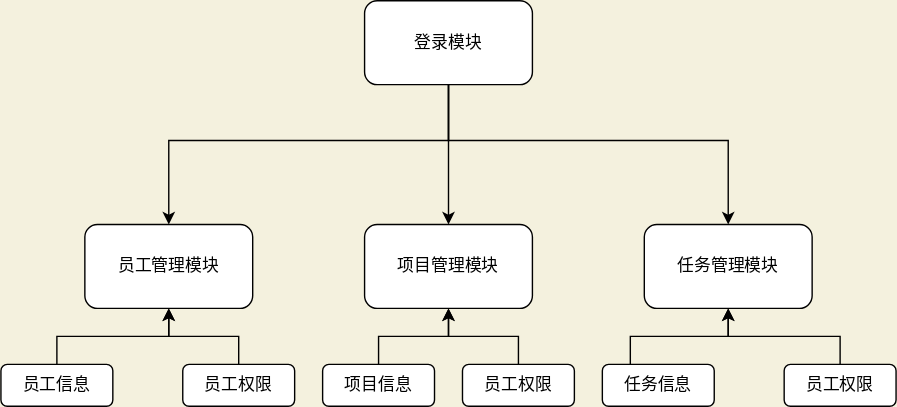
Earlier version of the draw.io export web/src/main/resources/static/draw/uml.svg (luck-nine/projectManagement). Source tidied: cells renumbered, new cells last; positions are measured from the earlier drawing's top-left corner, leaving out a move shared by most shapes.
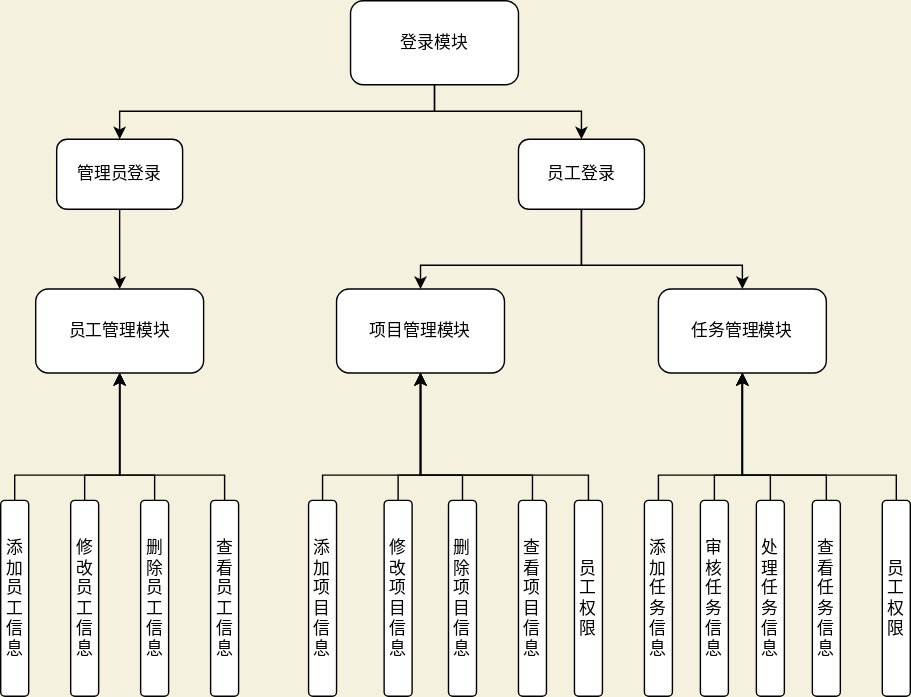
After the change.

Commit message:
fix: 更新系统架构图与ER图

What changed in the source:
```diff
@@ -3,101 +3,211 @@
     <mxCell id="0" />
     <mxCell id="1" parent="0" />
     <mxCell id="2" value="&lt;font color=&quot;#000000&quot;&gt;登录模块&lt;/font&gt;" style="rounded=1;whiteSpace=wrap;html=1;strokeColor=#000000;fillColor=#FFFFFF;" parent="1" vertex="1">
-      <mxGeometry x="260" width="120" height="60" as="geometry" />
+      <mxGeometry x="310" y="-69" width="120" height="60" as="geometry" />
     </mxCell>
-    <mxCell id="3" style="endArrow=classic;html=1;rounded=0;strokeColor=#000000;fontColor=#000000;entryX=0.5;entryY=0;entryDx=0;entryDy=0;exitX=0.5;exitY=1;exitDx=0;exitDy=0;" parent="1" edge="1" source="2" target="4">
-      <mxGeometry relative="1" as="geometry">
-        <Array as="points">
-          <mxPoint x="320" y="100" />
-          <mxPoint x="120" y="100" />
-        </Array>
-      </mxGeometry>
-    </mxCell>
     <mxCell id="4" value="&lt;font color=&quot;#000000&quot;&gt;员工管理模块&lt;/font&gt;" style="rounded=1;whiteSpace=wrap;html=1;strokeColor=#000000;fillColor=#FFFFFF;" parent="1" vertex="1">
-      <mxGeometry x="60" y="160" width="120" height="60" as="geometry" />
+      <mxGeometry x="85" y="137" width="120" height="60" as="geometry" />
     </mxCell>
     <mxCell id="5" value="&lt;font color=&quot;#000000&quot;&gt;任务管理模块&lt;/font&gt;" style="rounded=1;whiteSpace=wrap;html=1;strokeColor=#000000;fillColor=#FFFFFF;" parent="1" vertex="1">
-      <mxGeometry x="460" y="160" width="120" height="60" as="geometry" />
+      <mxGeometry x="530" y="137" width="120" height="60" as="geometry" />
     </mxCell>
-    <mxCell id="6" style="endArrow=classic;html=1;rounded=0;strokeColor=#000000;fontColor=#000000;entryX=0.5;entryY=0;entryDx=0;entryDy=0;exitX=0.5;exitY=1;exitDx=0;exitDy=0;" parent="1" edge="1" source="2" target="5">
-      <mxGeometry relative="1" as="geometry">
-        <Array as="points">
-          <mxPoint x="320" y="100" />
-          <mxPoint x="520" y="100" />
-        </Array>
-      </mxGeometry>
-    </mxCell>
     <mxCell id="7" value="&lt;font color=&quot;#000000&quot;&gt;项目管理模块&lt;/font&gt;" style="rounded=1;whiteSpace=wrap;html=1;strokeColor=#000000;fillColor=#FFFFFF;" parent="1" vertex="1">
-      <mxGeometry x="260" y="160" width="120" height="60" as="geometry" />
+      <mxGeometry x="300" y="137" width="120" height="60" as="geometry" />
     </mxCell>
-    <mxCell id="8" style="endArrow=classic;html=1;rounded=0;strokeColor=#000000;fontColor=#000000;exitX=0.5;exitY=1;exitDx=0;exitDy=0;entryX=0.5;entryY=0;entryDx=0;entryDy=0;" parent="1" edge="1" source="2" target="7">
-      <mxGeometry relative="1" as="geometry" />
-    </mxCell>
-    <mxCell id="9" value="&lt;font color=&quot;#000000&quot;&gt;员工信息&lt;/font&gt;" style="rounded=1;whiteSpace=wrap;html=1;strokeColor=#000000;fillColor=#FFFFFF;" parent="1" vertex="1">
-      <mxGeometry y="260" width="80" height="30" as="geometry" />
+    <mxCell id="9" value="&lt;font color=&quot;#000000&quot;&gt;添加员工信息&lt;/font&gt;" style="rounded=1;whiteSpace=wrap;html=1;strokeColor=#000000;fillColor=#FFFFFF;" parent="1" vertex="1">
+      <mxGeometry x="60" y="288" width="20" height="140" as="geometry" />
     </mxCell>
-    <mxCell id="10" style="endArrow=classic;html=1;rounded=0;strokeColor=#000000;fontColor=#000000;entryX=0.5;entryY=1;entryDx=0;entryDy=0;exitX=0.5;exitY=0;exitDx=0;exitDy=0;" parent="1" edge="1" source="16" target="4">
-      <mxGeometry relative="1" as="geometry">
-        <Array as="points">
-          <mxPoint x="170" y="240" />
-          <mxPoint x="120" y="240" />
-        </Array>
-      </mxGeometry>
-    </mxCell>
+    <mxCell id="21" value="&lt;font color=&quot;#000000&quot;&gt;管理员登录&lt;/font&gt;" style="rounded=1;whiteSpace=wrap;html=1;strokeColor=#000000;fillColor=#FFFFFF;" parent="1" vertex="1">
+      <mxGeometry x="100" y="30" width="90" height="50" as="geometry" />
+    </mxCell>
+    <mxCell id="22" value="&lt;font color=&quot;#000000&quot;&gt;员工登录&lt;/font&gt;" style="rounded=1;whiteSpace=wrap;html=1;strokeColor=#000000;fillColor=#FFFFFF;" parent="1" vertex="1">
+      <mxGeometry x="430" y="30" width="90" height="50" as="geometry" />
+    </mxCell>
+    <mxCell id="23" style="endArrow=classic;html=1;rounded=0;strokeColor=#000000;exitX=0.5;exitY=1;exitDx=0;exitDy=0;entryX=0.5;entryY=0;entryDx=0;entryDy=0;" parent="1" edge="1" source="2" target="21">
+      <mxGeometry relative="1" as="geometry">
+        <Array as="points">
+          <mxPoint x="370" y="10" />
+          <mxPoint x="145" y="10" />
+        </Array>
+      </mxGeometry>
+    </mxCell>
+    <mxCell id="24" style="endArrow=classic;html=1;rounded=0;strokeColor=#000000;exitX=0.5;exitY=1;exitDx=0;exitDy=0;entryX=0.5;entryY=0;entryDx=0;entryDy=0;" parent="1" edge="1" source="2" target="22">
+      <mxGeometry relative="1" as="geometry">
+        <Array as="points">
+          <mxPoint x="370" y="10" />
+          <mxPoint x="475" y="10" />
+        </Array>
+      </mxGeometry>
+    </mxCell>
+    <mxCell id="25" style="endArrow=classic;html=1;rounded=0;strokeColor=#000000;exitX=0.5;exitY=1;exitDx=0;exitDy=0;entryX=0.5;entryY=0;entryDx=0;entryDy=0;" parent="1" edge="1" source="22" target="7">
+      <mxGeometry relative="1" as="geometry">
+        <Array as="points">
+          <mxPoint x="475" y="120" />
+          <mxPoint x="360" y="120" />
+        </Array>
+      </mxGeometry>
+    </mxCell>
+    <mxCell id="26" style="endArrow=classic;html=1;rounded=0;strokeColor=#000000;exitX=0.5;exitY=1;exitDx=0;exitDy=0;entryX=0.5;entryY=0;entryDx=0;entryDy=0;" parent="1" edge="1" source="22" target="5">
+      <mxGeometry relative="1" as="geometry">
+        <Array as="points">
+          <mxPoint x="475" y="120" />
+          <mxPoint x="590" y="120" />
+        </Array>
+      </mxGeometry>
+    </mxCell>
+    <mxCell id="27" style="endArrow=classic;html=1;rounded=0;strokeColor=#000000;exitX=0.5;exitY=1;exitDx=0;exitDy=0;entryX=0.5;entryY=0;entryDx=0;entryDy=0;" parent="1" edge="1" source="21" target="4">
+      <mxGeometry relative="1" as="geometry" />
+    </mxCell>
+    <mxCell id="28" style="endArrow=classic;html=1;rounded=0;strokeColor=#000000;entryX=0.5;entryY=1;entryDx=0;entryDy=0;exitX=0.5;exitY=0;exitDx=0;exitDy=0;" parent="1" edge="1" source="37" target="7">
+      <mxGeometry relative="1" as="geometry">
+        <Array as="points">
+          <mxPoint x="390" y="270" />
+          <mxPoint x="360" y="270" />
+        </Array>
+      </mxGeometry>
+    </mxCell>
+    <mxCell id="29" style="endArrow=classic;html=1;rounded=0;strokeColor=#000000;exitX=0.5;exitY=0;exitDx=0;exitDy=0;entryX=0.5;entryY=1;entryDx=0;entryDy=0;" parent="1" edge="1" source="36" target="7">
+      <mxGeometry relative="1" as="geometry">
+        <Array as="points">
+          <mxPoint x="344" y="270" />
+          <mxPoint x="360" y="270" />
+        </Array>
+      </mxGeometry>
+    </mxCell>
+    <mxCell id="30" style="endArrow=classic;html=1;rounded=0;strokeColor=#000000;exitX=0.5;exitY=0;exitDx=0;exitDy=0;entryX=0.5;entryY=1;entryDx=0;entryDy=0;" parent="1" edge="1" source="35" target="7">
+      <mxGeometry relative="1" as="geometry">
+        <Array as="points">
+          <mxPoint x="290" y="270" />
+          <mxPoint x="360" y="270" />
+        </Array>
+      </mxGeometry>
+    </mxCell>
-    <mxCell id="11" style="endArrow=classic;html=1;rounded=0;strokeColor=#000000;fontColor=#000000;entryX=0.5;entryY=1;entryDx=0;entryDy=0;exitX=0.5;exitY=0;exitDx=0;exitDy=0;" parent="1" edge="1" source="9" target="4">
+    <mxCell id="11" style="endArrow=classic;html=1;rounded=0;strokeColor=#000000;exitX=0.5;exitY=0;exitDx=0;exitDy=0;entryX=0.5;entryY=1;entryDx=0;entryDy=0;" parent="1" edge="1" source="9" target="4">
       <mxGeometry relative="1" as="geometry">
         <Array as="points">
-          <mxPoint x="40" y="240" />
-          <mxPoint x="120" y="240" />
+          <mxPoint x="70" y="270" />
+          <mxPoint x="145" y="270" />
         </Array>
       </mxGeometry>
     </mxCell>
-    <mxCell id="12" style="endArrow=classic;html=1;rounded=0;strokeColor=#000000;fontColor=#000000;exitX=0.5;exitY=0;exitDx=0;exitDy=0;entryX=0.5;entryY=1;entryDx=0;entryDy=0;" parent="1" edge="1" source="18" target="7">
-      <mxGeometry relative="1" as="geometry">
-        <Array as="points">
-          <mxPoint x="370" y="240" />
-          <mxPoint x="320" y="240" />
-        </Array>
-      </mxGeometry>
-    </mxCell>
-    <mxCell id="13" style="endArrow=classic;html=1;rounded=0;strokeColor=#000000;fontColor=#000000;entryX=0.5;entryY=1;entryDx=0;entryDy=0;exitX=0.5;exitY=0;exitDx=0;exitDy=0;" parent="1" edge="1" source="17" target="7">
-      <mxGeometry relative="1" as="geometry">
-        <Array as="points">
-          <mxPoint x="270" y="240" />
-          <mxPoint x="320" y="240" />
-        </Array>
-      </mxGeometry>
-    </mxCell>
-    <mxCell id="14" style="endArrow=classic;html=1;rounded=0;strokeColor=#000000;fontColor=#000000;entryX=0.5;entryY=1;entryDx=0;entryDy=0;exitX=0.25;exitY=0;exitDx=0;exitDy=0;" parent="1" edge="1" source="19" target="5">
-      <mxGeometry relative="1" as="geometry">
-        <Array as="points">
-          <mxPoint x="450" y="240" />
-          <mxPoint x="520" y="240" />
-        </Array>
-      </mxGeometry>
-    </mxCell>
-    <mxCell id="15" style="endArrow=classic;html=1;rounded=0;strokeColor=#000000;fontColor=#000000;entryX=0.5;entryY=1;entryDx=0;entryDy=0;exitX=0.5;exitY=0;exitDx=0;exitDy=0;" parent="1" edge="1" source="20" target="5">
-      <mxGeometry relative="1" as="geometry">
-        <Array as="points">
-          <mxPoint x="600" y="240" />
-          <mxPoint x="520" y="240" />
-        </Array>
-      </mxGeometry>
-    </mxCell>
-    <mxCell id="16" value="&lt;font color=&quot;#000000&quot;&gt;员工权限&lt;/font&gt;" style="rounded=1;whiteSpace=wrap;html=1;strokeColor=#000000;fillColor=#FFFFFF;" parent="1" vertex="1">
-      <mxGeometry x="130" y="260" width="80" height="30" as="geometry" />
-    </mxCell>
-    <mxCell id="17" value="&lt;font color=&quot;#000000&quot;&gt;项目信息&lt;/font&gt;" style="rounded=1;whiteSpace=wrap;html=1;strokeColor=#000000;fillColor=#FFFFFF;" parent="1" vertex="1">
-      <mxGeometry x="230" y="260" width="80" height="30" as="geometry" />
-    </mxCell>
-    <mxCell id="18" value="&lt;font color=&quot;#000000&quot;&gt;员工权限&lt;/font&gt;" style="rounded=1;whiteSpace=wrap;html=1;strokeColor=#000000;fillColor=#FFFFFF;" parent="1" vertex="1">
-      <mxGeometry x="330" y="260" width="80" height="30" as="geometry" />
-    </mxCell>
-    <mxCell id="19" value="&lt;font color=&quot;#000000&quot;&gt;任务信息&lt;/font&gt;" style="rounded=1;whiteSpace=wrap;html=1;strokeColor=#000000;fillColor=#FFFFFF;" parent="1" vertex="1">
-      <mxGeometry x="430" y="260" width="80" height="30" as="geometry" />
-    </mxCell>
-    <mxCell id="20" value="&lt;font color=&quot;#000000&quot;&gt;员工权限&lt;/font&gt;" style="rounded=1;whiteSpace=wrap;html=1;strokeColor=#000000;fillColor=#FFFFFF;" parent="1" vertex="1">
-      <mxGeometry x="560" y="260" width="80" height="30" as="geometry" />
-    </mxCell>
+    <mxCell id="31" value="&lt;font color=&quot;#000000&quot;&gt;修改员工信息&lt;/font&gt;" style="rounded=1;whiteSpace=wrap;html=1;strokeColor=#000000;fillColor=#FFFFFF;" parent="1" vertex="1">
+      <mxGeometry x="110" y="288" width="20" height="140" as="geometry" />
+    </mxCell>
+    <mxCell id="32" value="&lt;font color=&quot;#000000&quot;&gt;删除员工信息&lt;/font&gt;" style="rounded=1;whiteSpace=wrap;html=1;strokeColor=#000000;fillColor=#FFFFFF;" parent="1" vertex="1">
+      <mxGeometry x="160" y="288" width="20" height="140" as="geometry" />
+    </mxCell>
+    <mxCell id="33" style="endArrow=classic;html=1;rounded=0;strokeColor=#000000;exitX=0.5;exitY=0;exitDx=0;exitDy=0;entryX=0.5;entryY=1;entryDx=0;entryDy=0;" parent="1" edge="1" source="31" target="4">
+      <mxGeometry relative="1" as="geometry">
+        <Array as="points">
+          <mxPoint x="120" y="270" />
+          <mxPoint x="145" y="270" />
+        </Array>
+      </mxGeometry>
+    </mxCell>
+    <mxCell id="34" style="endArrow=classic;html=1;rounded=0;strokeColor=#000000;exitX=0.5;exitY=0;exitDx=0;exitDy=0;entryX=0.5;entryY=1;entryDx=0;entryDy=0;" parent="1" edge="1" source="32" target="4">
+      <mxGeometry relative="1" as="geometry">
+        <Array as="points">
+          <mxPoint x="170" y="270" />
+          <mxPoint x="145" y="270" />
+        </Array>
+      </mxGeometry>
+    </mxCell>
+    <mxCell id="35" value="&lt;font color=&quot;#000000&quot;&gt;添加项目信息&lt;/font&gt;" style="rounded=1;whiteSpace=wrap;html=1;strokeColor=#000000;fillColor=#FFFFFF;" parent="1" vertex="1">
+      <mxGeometry x="280" y="288" width="20" height="140" as="geometry" />
+    </mxCell>
+    <mxCell id="36" value="&lt;font color=&quot;#000000&quot;&gt;修改项目信息&lt;/font&gt;" style="rounded=1;whiteSpace=wrap;html=1;strokeColor=#000000;fillColor=#FFFFFF;" parent="1" vertex="1">
+      <mxGeometry x="334" y="288" width="20" height="140" as="geometry" />
+    </mxCell>
+    <mxCell id="37" value="&lt;font color=&quot;#000000&quot;&gt;删除项目信息&lt;/font&gt;" style="rounded=1;whiteSpace=wrap;html=1;strokeColor=#000000;fillColor=#FFFFFF;" parent="1" vertex="1">
+      <mxGeometry x="380" y="288" width="20" height="140" as="geometry" />
+    </mxCell>
+    <mxCell id="38" value="&lt;font color=&quot;#000000&quot;&gt;查看项目信息&lt;/font&gt;" style="rounded=1;whiteSpace=wrap;html=1;strokeColor=#000000;fillColor=#FFFFFF;" parent="1" vertex="1">
+      <mxGeometry x="430" y="288" width="20" height="140" as="geometry" />
+    </mxCell>
+    <mxCell id="39" style="endArrow=classic;html=1;rounded=0;strokeColor=#000000;exitX=0.5;exitY=0;exitDx=0;exitDy=0;entryX=0.5;entryY=1;entryDx=0;entryDy=0;" parent="1" edge="1" source="38" target="7">
+      <mxGeometry relative="1" as="geometry">
+        <Array as="points">
+          <mxPoint x="440" y="270" />
+          <mxPoint x="360" y="270" />
+        </Array>
+      </mxGeometry>
+    </mxCell>
+    <mxCell id="40" value="&lt;font color=&quot;#000000&quot;&gt;添加任务信息&lt;/font&gt;" style="rounded=1;whiteSpace=wrap;html=1;strokeColor=#000000;fillColor=#FFFFFF;" parent="1" vertex="1">
+      <mxGeometry x="520" y="288" width="20" height="140" as="geometry" />
+    </mxCell>
+    <mxCell id="41" value="&lt;font color=&quot;#000000&quot;&gt;审核任务信息&lt;/font&gt;" style="rounded=1;whiteSpace=wrap;html=1;strokeColor=#000000;fillColor=#FFFFFF;" parent="1" vertex="1">
+      <mxGeometry x="560" y="288" width="20" height="140" as="geometry" />
+    </mxCell>
+    <mxCell id="42" value="&lt;font color=&quot;#000000&quot;&gt;处理任务信息&lt;/font&gt;" style="rounded=1;whiteSpace=wrap;html=1;strokeColor=#000000;fillColor=#FFFFFF;" parent="1" vertex="1">
+      <mxGeometry x="600" y="288" width="20" height="140" as="geometry" />
+    </mxCell>
+    <mxCell id="43" value="&lt;font color=&quot;#000000&quot;&gt;查看任务信息&lt;/font&gt;" style="rounded=1;whiteSpace=wrap;html=1;strokeColor=#000000;fillColor=#FFFFFF;" parent="1" vertex="1">
+      <mxGeometry x="640" y="288" width="20" height="140" as="geometry" />
+    </mxCell>
+    <mxCell id="44" style="endArrow=classic;html=1;rounded=0;strokeColor=#000000;exitX=0.5;exitY=0;exitDx=0;exitDy=0;entryX=0.5;entryY=1;entryDx=0;entryDy=0;" parent="1" edge="1" source="40" target="5">
+      <mxGeometry relative="1" as="geometry">
+        <Array as="points">
+          <mxPoint x="530" y="270" />
+          <mxPoint x="590" y="270" />
+        </Array>
+      </mxGeometry>
+    </mxCell>
+    <mxCell id="45" style="endArrow=classic;html=1;rounded=0;strokeColor=#000000;exitX=0.5;exitY=0;exitDx=0;exitDy=0;entryX=0.5;entryY=1;entryDx=0;entryDy=0;" parent="1" edge="1" source="41" target="5">
+      <mxGeometry relative="1" as="geometry">
+        <Array as="points">
+          <mxPoint x="570" y="270" />
+          <mxPoint x="590" y="270" />
+        </Array>
+      </mxGeometry>
+    </mxCell>
+    <mxCell id="46" style="endArrow=classic;html=1;rounded=0;strokeColor=#000000;exitX=0.5;exitY=0;exitDx=0;exitDy=0;entryX=0.5;entryY=1;entryDx=0;entryDy=0;" parent="1" edge="1" source="43" target="5">
+      <mxGeometry relative="1" as="geometry">
+        <Array as="points">
+          <mxPoint x="650" y="270" />
+          <mxPoint x="590" y="270" />
+        </Array>
+      </mxGeometry>
+    </mxCell>
+    <mxCell id="47" style="endArrow=classic;html=1;rounded=0;strokeColor=#000000;exitX=0.5;exitY=0;exitDx=0;exitDy=0;entryX=0.5;entryY=1;entryDx=0;entryDy=0;" parent="1" edge="1" source="42" target="5">
+      <mxGeometry relative="1" as="geometry">
+        <Array as="points">
+          <mxPoint x="610" y="270" />
+          <mxPoint x="590" y="270" />
+        </Array>
+      </mxGeometry>
+    </mxCell>
+    <mxCell id="48" value="&lt;font color=&quot;#000000&quot;&gt;员工权限&lt;/font&gt;" style="rounded=1;whiteSpace=wrap;html=1;strokeColor=#000000;fillColor=#FFFFFF;" parent="1" vertex="1">
+      <mxGeometry x="470" y="288" width="20" height="140" as="geometry" />
+    </mxCell>
+    <mxCell id="49" style="endArrow=classic;html=1;rounded=0;strokeColor=#000000;exitX=0.5;exitY=0;exitDx=0;exitDy=0;entryX=0.5;entryY=1;entryDx=0;entryDy=0;" parent="1" edge="1" source="48" target="7">
+      <mxGeometry relative="1" as="geometry">
+        <Array as="points">
+          <mxPoint x="480" y="270" />
+          <mxPoint x="360" y="270" />
+        </Array>
+      </mxGeometry>
+    </mxCell>
+    <mxCell id="50" value="&lt;font color=&quot;#000000&quot;&gt;员工权限&lt;/font&gt;" style="rounded=1;whiteSpace=wrap;html=1;strokeColor=#000000;fillColor=#FFFFFF;" parent="1" vertex="1">
+      <mxGeometry x="690" y="288" width="20" height="140" as="geometry" />
+    </mxCell>
+    <mxCell id="51" style="endArrow=classic;html=1;rounded=0;strokeColor=#000000;exitX=0.5;exitY=0;exitDx=0;exitDy=0;entryX=0.5;entryY=1;entryDx=0;entryDy=0;" parent="1" edge="1" source="50" target="5">
+      <mxGeometry relative="1" as="geometry">
+        <Array as="points">
+          <mxPoint x="700" y="270" />
+          <mxPoint x="590" y="270" />
+        </Array>
+      </mxGeometry>
+    </mxCell>
+    <mxCell id="52" value="&lt;font color=&quot;#000000&quot;&gt;查看员工信息&lt;/font&gt;" style="rounded=1;whiteSpace=wrap;html=1;strokeColor=#000000;fillColor=#FFFFFF;" parent="1" vertex="1">
+      <mxGeometry x="210" y="288" width="20" height="140" as="geometry" />
+    </mxCell>
+    <mxCell id="53" style="endArrow=classic;html=1;rounded=0;strokeColor=#000000;exitX=0.5;exitY=0;exitDx=0;exitDy=0;entryX=0.5;entryY=1;entryDx=0;entryDy=0;" parent="1" edge="1" source="52" target="4">
+      <mxGeometry relative="1" as="geometry">
+        <Array as="points">
+          <mxPoint x="220" y="270" />
+          <mxPoint x="145" y="270" />
+        </Array>
+      </mxGeometry>
+    </mxCell>
   </root>
 </mxGraphModel>
```
